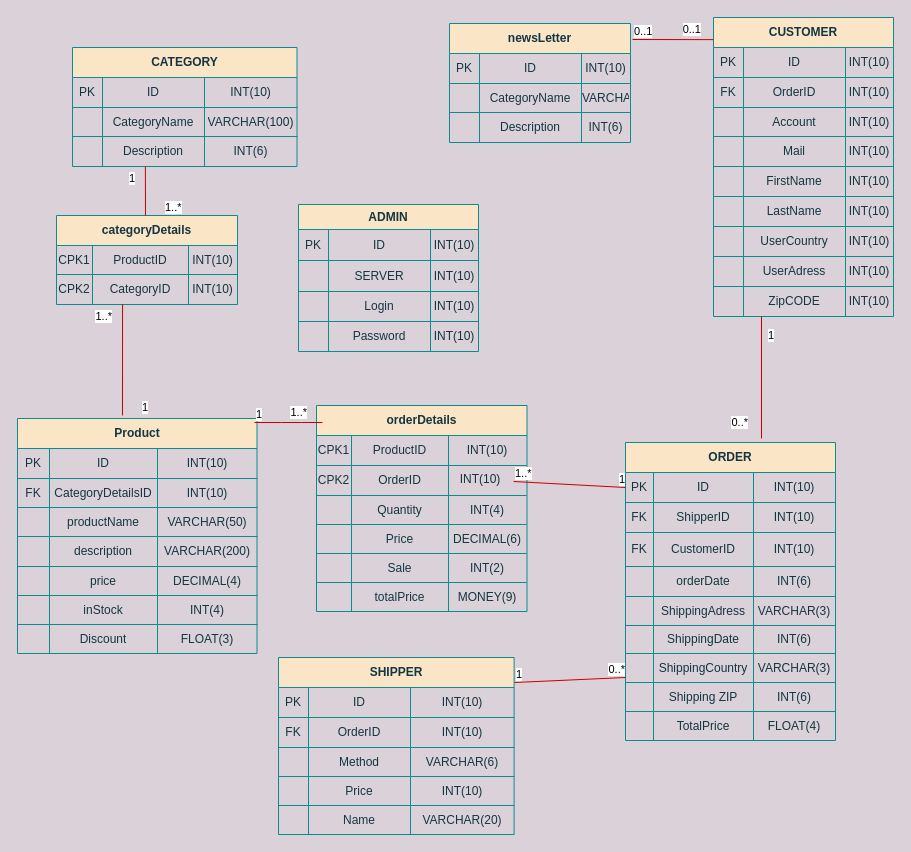
Before: fysisktDiagram.drawio in TechWithRyan/Webbshop, a draw.io diagram. Source tidied: cells renumbered, new cells numbered last; positions are measured from the earlier drawing's top-left corner, leaving out a move shared by most shapes. Both pictures are drawn from the tidied source at 100%, with x=0, y=0 at pixel (17, 17).
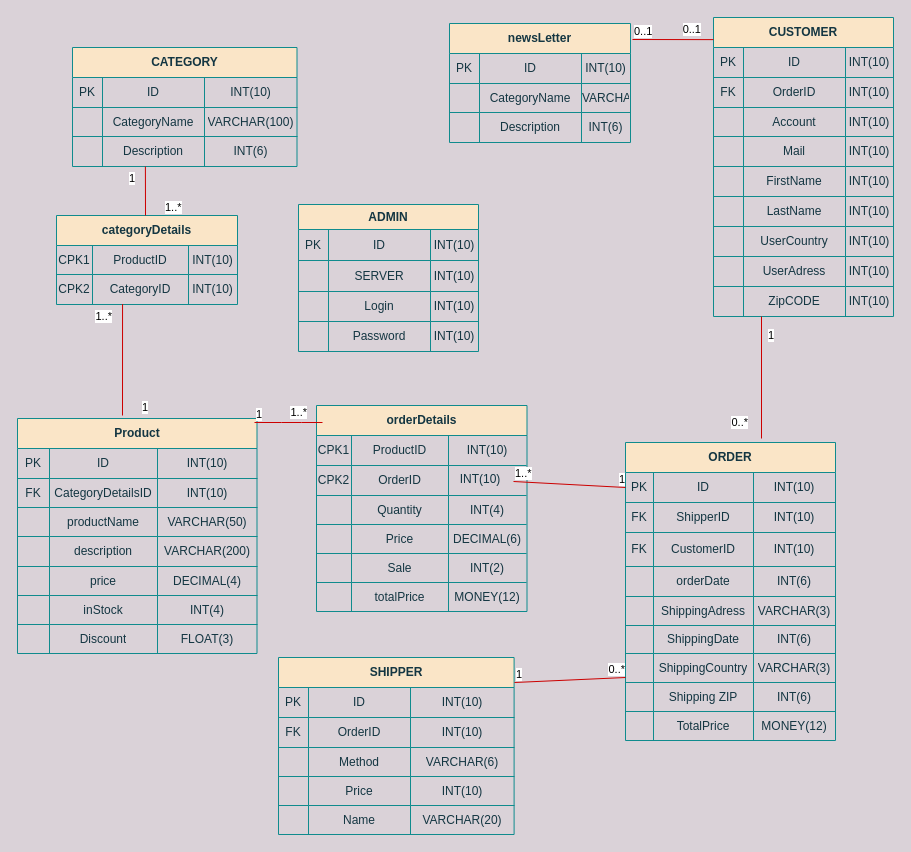
After the change.

The change refers to these unchanged cells:
```xml
<mxCell id="118" style="shape=partialRectangle;html=1;whiteSpace=wrap;fillColor=none;top=0;left=0;bottom=0;right=0;strokeColor=#0F8B8D;fontColor=#143642;" parent="85" vertex="1">
  <mxGeometry y="269" width="210" height="29" as="geometry" />
</mxCell>
<mxCell id="190" style="shape=partialRectangle;html=1;whiteSpace=wrap;fillColor=none;top=0;left=0;bottom=0;right=0;strokeColor=#0F8B8D;fontColor=#143642;" parent="169" vertex="1">
  <mxGeometry y="177" width="210.5" height="29" as="geometry" />
</mxCell>
```

Change to the diagram source:
```diff
@@
-    <mxCell id="121" value="FLOAT(4)" style="shape=partialRectangle;html=1;whiteSpace=wrap;fillColor=none;top=0;left=0;bottom=0;right=0;overflow=hidden;strokeColor=#0F8B8D;fontColor=#143642;" parent="118" vertex="1">
+    <mxCell id="121" value="MONEY(12)" style="shape=partialRectangle;html=1;whiteSpace=wrap;fillColor=none;top=0;left=0;bottom=0;right=0;overflow=hidden;strokeColor=#0F8B8D;fontColor=#143642;" parent="118" vertex="1">
       <mxGeometry x="128" width="82" height="29" as="geometry" />
     </mxCell>
@@
-    <mxCell id="193" value="MONEY(9)" style="shape=partialRectangle;html=1;whiteSpace=wrap;fillColor=none;top=0;left=0;bottom=0;right=0;overflow=hidden;strokeColor=#0F8B8D;fontColor=#143642;" parent="190" vertex="1">
+    <mxCell id="193" value="MONEY(12)" style="shape=partialRectangle;html=1;whiteSpace=wrap;fillColor=none;top=0;left=0;bottom=0;right=0;overflow=hidden;strokeColor=#0F8B8D;fontColor=#143642;" parent="190" vertex="1">
       <mxGeometry x="132" width="78" height="29" as="geometry" />
     </mxCell>
```
